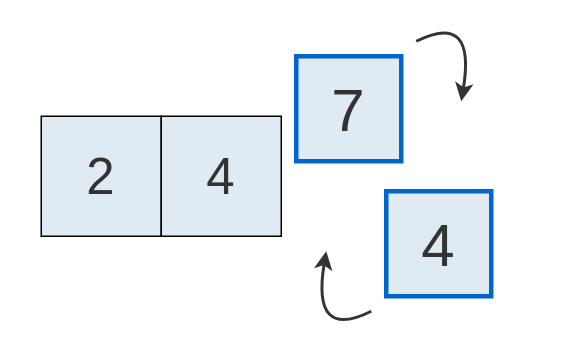
Before: page "6" (7 of 8) of teoria/04_estructuras_y_algoritmos/imgs/03/bubble_sort.drawio in ee-unr/programacion-2, a draw.io diagram. Source tidied: cells renumbered, new cells numbered last; positions are measured from the earlier drawing's top-left corner, leaving out a move shared by most shapes. Both pictures are drawn from the tidied source at 150%, with x=0, y=0 at pixel (26, 10).
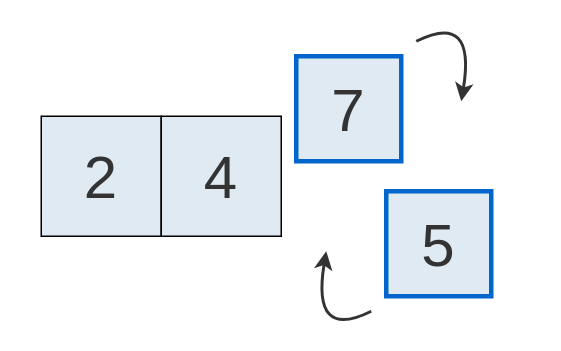
After the change.

Diff of the diagram source:
```diff
@@
 <mxGraphModel>
   <root>
     <mxCell id="0" />
     <mxCell id="1" parent="0" />
+    <mxCell id="8" style="rounded=0;whiteSpace=wrap;html=1;fillColor=none;fontSize=40;strokeColor=none;" parent="1" vertex="1">
+      <mxGeometry y="10" width="340" height="200" as="geometry" />
+    </mxCell>
-    <mxCell id="2" value="&lt;font color=&quot;#333333&quot; face=&quot;Cascadia Code&quot;&gt;&lt;span&gt;2&lt;/span&gt;&lt;/font&gt;" style="rounded=0;whiteSpace=wrap;html=1;fillColor=#DFEAF2;fontSize=34;" parent="1" vertex="1">
+    <mxCell id="2" value="&lt;font style=&quot;font-size: 40px;&quot; color=&quot;#333333&quot; face=&quot;Cascadia Code&quot;&gt;2&lt;/font&gt;" style="rounded=0;whiteSpace=wrap;html=1;fillColor=#DFEAF2;fontSize=34;" parent="1" vertex="1">
       <mxGeometry x="10" y="70" width="80" height="80" as="geometry" />
     </mxCell>
-    <mxCell id="3" value="&lt;font color=&quot;#333333&quot; face=&quot;Cascadia Code&quot;&gt;&lt;span&gt;4&lt;/span&gt;&lt;/font&gt;" style="rounded=0;whiteSpace=wrap;html=1;fillColor=#DFEAF2;fontSize=34;" parent="1" vertex="1">
+    <mxCell id="3" value="&lt;font style=&quot;font-size: 40px;&quot; color=&quot;#333333&quot; face=&quot;Cascadia Code&quot;&gt;4&lt;/font&gt;" style="rounded=0;whiteSpace=wrap;html=1;fillColor=#DFEAF2;fontSize=34;" parent="1" vertex="1">
       <mxGeometry x="90" y="70" width="80" height="80" as="geometry" />
     </mxCell>
     <mxCell id="4" value="&lt;font color=&quot;#333333&quot; face=&quot;Cascadia Code&quot;&gt;7&lt;/font&gt;" style="rounded=0;whiteSpace=wrap;html=1;fillColor=#DFEAF2;strokeWidth=3;strokeColor=#0066CC;fontSize=40;" parent="1" vertex="1">
       <mxGeometry x="180" y="30" width="70" height="70" as="geometry" />
     </mxCell>
-    <mxCell id="5" value="&lt;font face=&quot;Cascadia Code&quot; color=&quot;#333333&quot;&gt;4&lt;/font&gt;" style="rounded=0;whiteSpace=wrap;html=1;fillColor=#DFEAF2;fontSize=40;strokeWidth=3;strokeColor=#0066CC;" parent="1" vertex="1">
+    <mxCell id="5" value="&lt;font face=&quot;Cascadia Code&quot; color=&quot;#333333&quot;&gt;5&lt;/font&gt;" style="rounded=0;whiteSpace=wrap;html=1;fillColor=#DFEAF2;fontSize=40;strokeWidth=3;strokeColor=#0066CC;" parent="1" vertex="1">
       <mxGeometry x="240" y="120" width="70" height="70" as="geometry" />
     </mxCell>
     <mxCell id="6" style="endArrow=classic;html=1;rounded=0;curved=1;strokeWidth=2;strokeColor=light-dark(#333333,#333333);fontSize=40;" parent="1" edge="1">
       <mxGeometry relative="1" as="geometry">
         <mxPoint x="260" y="20" as="sourcePoint" />
         <mxPoint x="290" y="60" as="targetPoint" />
         <Array as="points">
           <mxPoint x="300" />
         </Array>
       </mxGeometry>
     </mxCell>
     <mxCell id="7" style="endArrow=classic;html=1;rounded=0;curved=1;strokeWidth=2;strokeColor=light-dark(#333333,#333333);fontSize=40;" parent="1" edge="1">
       <mxGeometry relative="1" as="geometry">
         <mxPoint x="230" y="200" as="sourcePoint" />
         <mxPoint x="200" y="160" as="targetPoint" />
         <Array as="points">
           <mxPoint x="190" y="220" />
         </Array>
       </mxGeometry>
     </mxCell>
-    <mxCell id="8" style="rounded=0;whiteSpace=wrap;html=1;fillColor=none;fontSize=40;strokeColor=none;" parent="1" vertex="1">
-      <mxGeometry y="10" width="340" height="200" as="geometry" />
-    </mxCell>
   </root>
 </mxGraphModel>
```
